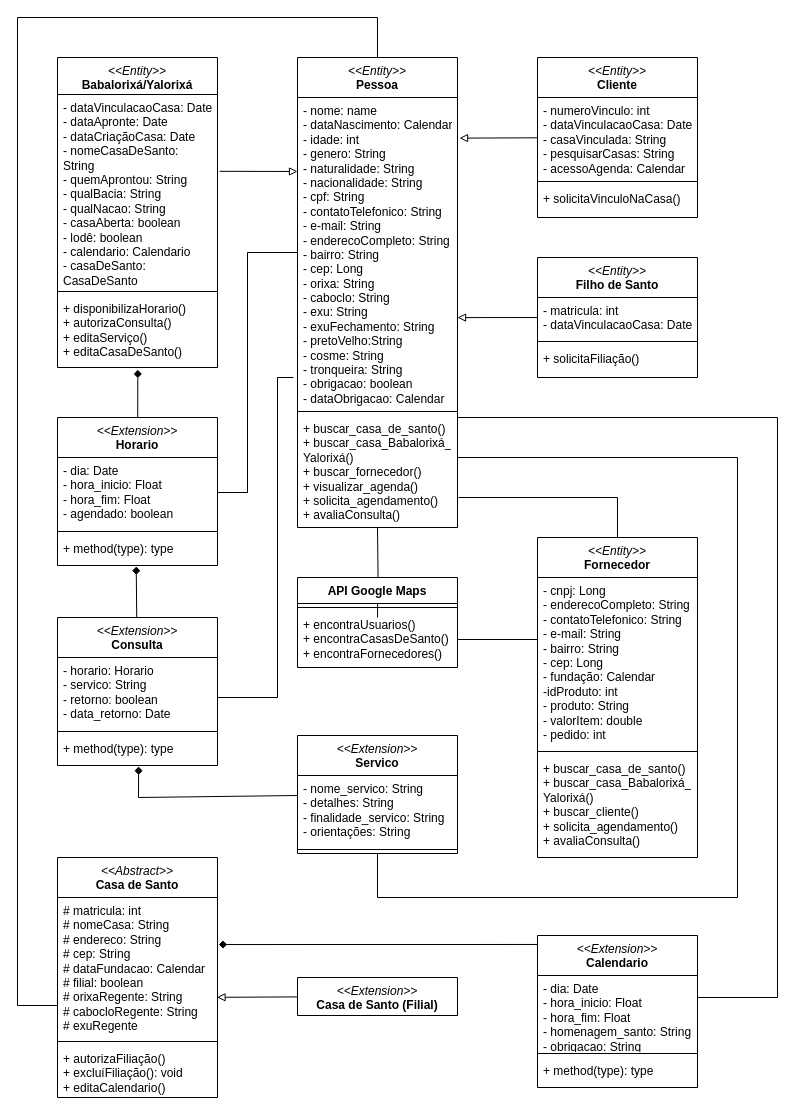
The draw.io diagram Diagrama sem nome.drawio in AlexCarvalhovisk/sarava, before the edit. Source tidied: cells renumbered, new cells numbered last; positions are measured from the earlier drawing's top-left corner, leaving out a move shared by most shapes. Both pictures are drawn from the tidied source at 100%, with x=0, y=0 at pixel (17, 17).
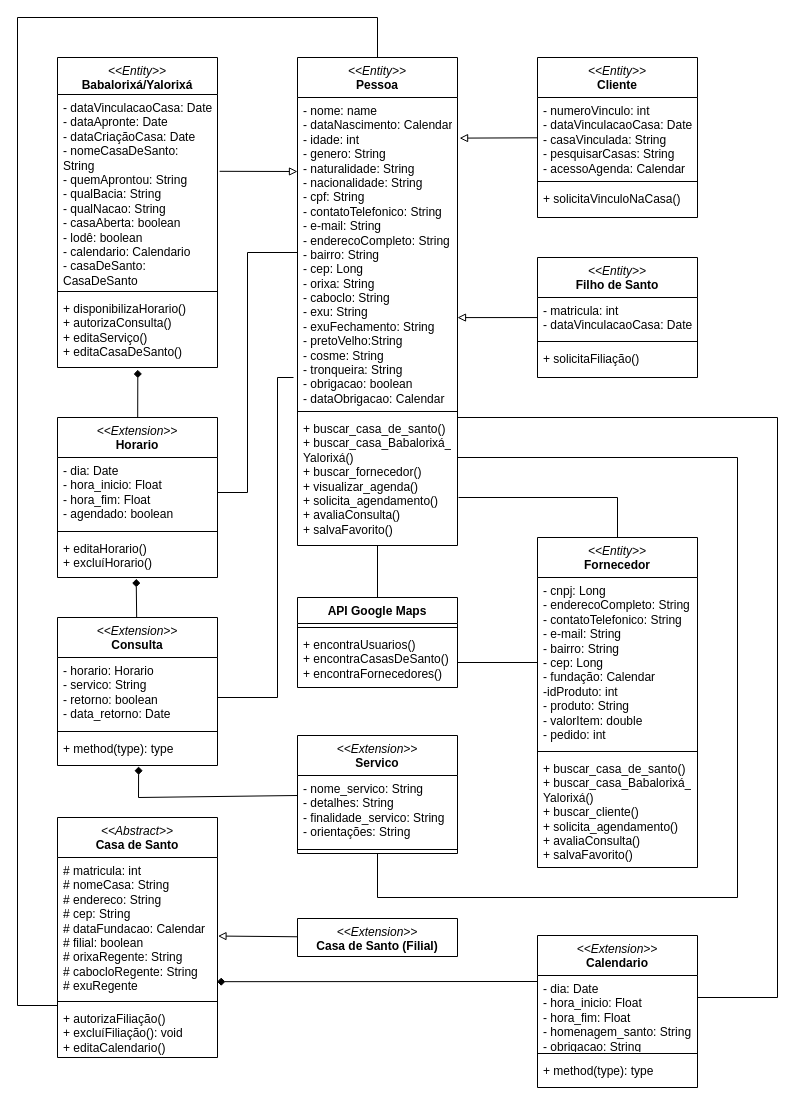
After the change.

The change refers to these unchanged cells:
```xml
<mxCell id="17" value="- cnpj: Long&lt;br&gt;- enderecoCompleto: String&lt;br&gt;- contatoTelefonico: String&lt;br&gt;- e-mail: String&lt;br&gt;- bairro: String&lt;br style=&quot;border-color: var(--border-color);&quot;&gt;- cep: Long&lt;br&gt;- fundação: Calendar&lt;br&gt;-idProduto: int&lt;br&gt;- produto: String&lt;br&gt;- valorItem: double&lt;br&gt;- pedido: int" style="text;strokeColor=none;fillColor=none;align=left;verticalAlign=top;spacingLeft=4;spacingRight=4;overflow=hidden;points=[[0,0.5],[1,0.5]];portConstraint=eastwest;whiteSpace=wrap;html=1;" parent="16" vertex="1">
  <mxGeometry y="40" width="160" height="170" as="geometry" />
</mxCell>
<mxCell id="26" value="# matricula: int&lt;br&gt;# nomeCasa: String&lt;br&gt;# endereco: String&lt;br&gt;# cep: String&lt;br&gt;# dataFundacao: Calendar&lt;br&gt;# filial: boolean&lt;br&gt;# orixaRegente: String&lt;br&gt;# cabocloRegente: String&lt;br&gt;# exuRegente" style="text;strokeColor=none;fillColor=none;align=left;verticalAlign=top;spacingLeft=4;spacingRight=4;overflow=hidden;points=[[0,0.5],[1,0.5]];portConstraint=eastwest;whiteSpace=wrap;html=1;" parent="25" vertex="1">
  <mxGeometry y="40" width="160" height="140" as="geometry" />
</mxCell>
<mxCell id="43" value="&lt;i style=&quot;font-weight: 400;&quot;&gt;&amp;lt;&amp;lt;Extension&amp;gt;&amp;gt;&lt;/i&gt;&lt;br&gt;Calendario" style="swimlane;fontStyle=1;align=center;verticalAlign=top;horizontal=1;startSize=40;whiteSpace=wrap;html=1;" parent="1" vertex="1">
  <mxGeometry x="520" y="918" width="160" height="152" as="geometry" />
</mxCell>
<mxCell id="59" value="+ encontraUsuarios()&lt;br&gt;+ encontraCasasDeSanto()&lt;br&gt;+ encontraFornecedores()" style="text;strokeColor=none;fillColor=none;align=left;verticalAlign=top;spacingLeft=4;spacingRight=4;overflow=hidden;points=[[0,0.5],[1,0.5]];portConstraint=eastwest;whiteSpace=wrap;html=1;" parent="57" vertex="1">
  <mxGeometry y="34" width="160" height="56" as="geometry" />
</mxCell>
```

Change to the diagram source:
```diff
@@
     <mxCell id="2" value="&lt;i style=&quot;border-color: var(--border-color); font-weight: 400;&quot;&gt;&amp;lt;&amp;lt;Entity&amp;gt;&amp;gt;&lt;/i&gt;&lt;br&gt;Pessoa" style="swimlane;fontStyle=1;align=center;verticalAlign=top;horizontal=1;startSize=40;whiteSpace=wrap;html=1;" parent="1" vertex="1">
-      <mxGeometry x="280" y="40" width="160" height="470" as="geometry" />
+      <mxGeometry x="280" y="40" width="160" height="488" as="geometry" />
     </mxCell>
@@
-    <mxCell id="5" value="+ buscar_casa_de_santo()&lt;br&gt;+ buscar_casa_Babalorixá_&lt;br&gt;Yalorixá()&lt;br&gt;+ buscar_fornecedor()&lt;br&gt;+ visualizar_agenda()&lt;br&gt;+ solicita_agendamento()&lt;br&gt;+ avaliaConsulta()" style="text;strokeColor=none;fillColor=none;align=left;verticalAlign=top;spacingLeft=4;spacingRight=4;overflow=hidden;points=[[0,0.5],[1,0.5]];portConstraint=eastwest;whiteSpace=wrap;html=1;" parent="2" vertex="1">
-      <mxGeometry y="358" width="160" height="112" as="geometry" />
+    <mxCell id="5" value="+ buscar_casa_de_santo()&lt;br&gt;+ buscar_casa_Babalorixá_&lt;br&gt;Yalorixá()&lt;br&gt;+ buscar_fornecedor()&lt;br&gt;+ visualizar_agenda()&lt;br&gt;+ solicita_agendamento()&lt;br&gt;+ avaliaConsulta()&lt;br&gt;+ salvaFavorito()" style="text;strokeColor=none;fillColor=none;align=left;verticalAlign=top;spacingLeft=4;spacingRight=4;overflow=hidden;points=[[0,0.5],[1,0.5]];portConstraint=eastwest;whiteSpace=wrap;html=1;" parent="2" vertex="1">
+      <mxGeometry y="358" width="160" height="130" as="geometry" />
     </mxCell>
@@
     <mxCell id="16" value="&lt;i style=&quot;border-color: var(--border-color); font-weight: 400;&quot;&gt;&amp;lt;&amp;lt;Entity&amp;gt;&amp;gt;&lt;/i&gt;&lt;br&gt;Fornecedor" style="swimlane;fontStyle=1;align=center;verticalAlign=top;horizontal=1;startSize=40;whiteSpace=wrap;html=1;" parent="1" vertex="1">
-      <mxGeometry x="520" y="520" width="160" height="320" as="geometry" />
+      <mxGeometry x="520" y="520" width="160" height="330" as="geometry" />
     </mxCell>
@@
-    <mxCell id="19" value="+ buscar_casa_de_santo()&lt;br&gt;+ buscar_casa_Babalorixá_&lt;br&gt;Yalorixá()&lt;br&gt;+ buscar_cliente()&lt;br&gt;+ solicita_agendamento()&lt;br&gt;+ avaliaConsulta()" style="text;strokeColor=none;fillColor=none;align=left;verticalAlign=top;spacingLeft=4;spacingRight=4;overflow=hidden;whiteSpace=wrap;html=1;" parent="16" vertex="1">
-      <mxGeometry y="218" width="160" height="102" as="geometry" />
+    <mxCell id="19" value="+ buscar_casa_de_santo()&lt;br&gt;+ buscar_casa_Babalorixá_&lt;br&gt;Yalorixá()&lt;br&gt;+ buscar_cliente()&lt;br&gt;+ solicita_agendamento()&lt;br&gt;+ avaliaConsulta()&lt;br&gt;+ salvaFavorito()" style="text;strokeColor=none;fillColor=none;align=left;verticalAlign=top;spacingLeft=4;spacingRight=4;overflow=hidden;whiteSpace=wrap;html=1;" parent="16" vertex="1">
+      <mxGeometry y="218" width="160" height="112" as="geometry" />
     </mxCell>
@@
     <mxCell id="25" value="&lt;span style=&quot;font-weight: normal;&quot;&gt;&lt;i&gt;&amp;lt;&amp;lt;Abstract&amp;gt;&amp;gt;&lt;/i&gt;&lt;/span&gt;&lt;br&gt;Casa de Santo" style="swimlane;fontStyle=1;align=center;verticalAlign=top;horizontal=1;startSize=40;whiteSpace=wrap;html=1;" parent="1" vertex="1">
-      <mxGeometry x="40" y="840" width="160" height="240" as="geometry" />
+      <mxGeometry x="40" y="800" width="160" height="240" as="geometry" />
     </mxCell>
@@
-    <mxCell id="29" style="rounded=0;jettySize=auto;html=1;endArrow=block;endFill=0;entryX=0.997;entryY=0.713;entryDx=0;entryDy=0;entryPerimeter=0;" parent="1" edge="1" source="30" target="26">
+    <mxCell id="29" style="rounded=0;jettySize=auto;html=1;endArrow=block;endFill=0;entryX=1.003;entryY=0.561;entryDx=0;entryDy=0;entryPerimeter=0;" parent="1" edge="1" source="30" target="26">
       <mxGeometry relative="1" as="geometry" />
     </mxCell>
     <mxCell id="30" value="&lt;span style=&quot;font-weight: normal;&quot;&gt;&lt;i&gt;&amp;lt;&amp;lt;Extension&amp;gt;&amp;gt;&lt;/i&gt;&lt;/span&gt;&lt;br&gt;Casa de Santo (Filial)" style="swimlane;fontStyle=1;align=center;verticalAlign=top;horizontal=1;startSize=0;whiteSpace=wrap;html=1;" parent="1" vertex="1" collapsed="1">
-      <mxGeometry x="280" y="960" width="160" height="38" as="geometry" />
+      <mxGeometry x="280" y="901" width="160" height="38" as="geometry" />
     </mxCell>
-    <mxCell id="31" style="edgeStyle=orthogonalEdgeStyle;rounded=0;jettySize=auto;html=1;entryX=0.5;entryY=1;entryDx=0;entryDy=0;endArrow=none;endFill=0;" parent="1" edge="1" target="2">
-      <mxGeometry relative="1" as="geometry">
-        <mxPoint x="360" y="600" as="sourcePoint" />
-      </mxGeometry>
+    <mxCell id="31" style="edgeStyle=orthogonalEdgeStyle;rounded=0;jettySize=auto;html=1;entryX=0.5;entryY=1;entryDx=0;entryDy=0;endArrow=none;endFill=0;exitX=0.5;exitY=0;exitDx=0;exitDy=0;" parent="1" edge="1" source="57" target="2">
+      <mxGeometry relative="1" as="geometry" />
     </mxCell>
@@
     <mxCell id="33" value="&lt;i style=&quot;font-weight: 400;&quot;&gt;&amp;lt;&amp;lt;Extension&amp;gt;&amp;gt;&lt;/i&gt;&lt;br&gt;Horario" style="swimlane;fontStyle=1;align=center;verticalAlign=top;horizontal=1;startSize=40;whiteSpace=wrap;html=1;" parent="1" vertex="1">
-      <mxGeometry x="40" y="400" width="160" height="148" as="geometry" />
+      <mxGeometry x="40" y="400" width="160" height="160" as="geometry" />
     </mxCell>
@@
-    <mxCell id="36" value="+ method(type): type" style="text;strokeColor=none;fillColor=none;align=left;verticalAlign=top;spacingLeft=4;spacingRight=4;overflow=hidden;points=[[0,0.5],[1,0.5]];portConstraint=eastwest;whiteSpace=wrap;html=1;" parent="33" vertex="1">
-      <mxGeometry y="118" width="160" height="30" as="geometry" />
+    <mxCell id="36" value="+ editaHorario()&lt;br&gt;+ excluíHorario()" style="text;strokeColor=none;fillColor=none;align=left;verticalAlign=top;spacingLeft=4;spacingRight=4;overflow=hidden;points=[[0,0.5],[1,0.5]];portConstraint=eastwest;whiteSpace=wrap;html=1;" parent="33" vertex="1">
+      <mxGeometry y="118" width="160" height="42" as="geometry" />
     </mxCell>
@@
-    <mxCell id="52" style="rounded=0;jettySize=auto;html=1;endArrow=diamond;endFill=1;exitX=0;exitY=0.059;exitDx=0;exitDy=0;exitPerimeter=0;entryX=1.008;entryY=0.336;entryDx=0;entryDy=0;entryPerimeter=0;" parent="1" edge="1" source="43" target="26">
-      <mxGeometry relative="1" as="geometry" />
+    <mxCell id="52" style="rounded=0;jettySize=auto;html=1;endArrow=diamond;endFill=1;edgeStyle=orthogonalEdgeStyle;entryX=0.997;entryY=0.887;entryDx=0;entryDy=0;entryPerimeter=0;" parent="1" edge="1" target="26">
+      <mxGeometry relative="1" as="geometry">
+        <mxPoint x="520" y="964" as="sourcePoint" />
+        <Array as="points">
+          <mxPoint x="520" y="964" />
+        </Array>
+      </mxGeometry>
     </mxCell>
@@
     <mxCell id="57" value="API Google Maps" style="swimlane;fontStyle=1;align=center;verticalAlign=top;horizontal=1;startSize=26;whiteSpace=wrap;html=1;" parent="1" vertex="1">
-      <mxGeometry x="280" y="560" width="160" height="90" as="geometry" />
+      <mxGeometry x="280" y="580" width="160" height="90" as="geometry" />
     </mxCell>
@@
-    <mxCell id="60" style="rounded=0;jettySize=auto;html=1;endArrow=none;endFill=0;exitX=1;exitY=0.5;exitDx=0;exitDy=0;" parent="1" edge="1" source="59">
+    <mxCell id="60" style="rounded=0;jettySize=auto;html=1;endArrow=none;endFill=0;entryX=0;entryY=0.5;entryDx=0;entryDy=0;" parent="1" edge="1" target="17">
       <mxGeometry relative="1" as="geometry">
-        <mxPoint x="520" y="622" as="targetPoint" />
+        <mxPoint x="440" y="645" as="sourcePoint" />
       </mxGeometry>
     </mxCell>
```
